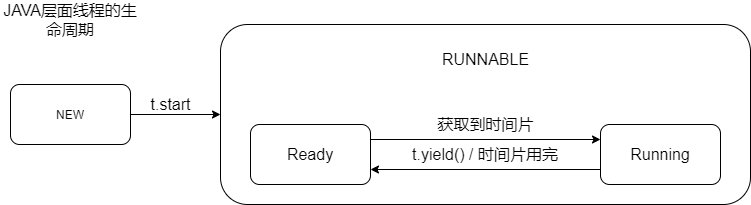
The draw.io diagram 多线程与高并发/java_thread.png in LePeitiPrince/note-picture, before a commit. Source tidied: cells renumbered, new cells last; positions are measured from the earlier drawing's top-left corner, leaving out a move shared by most shapes.
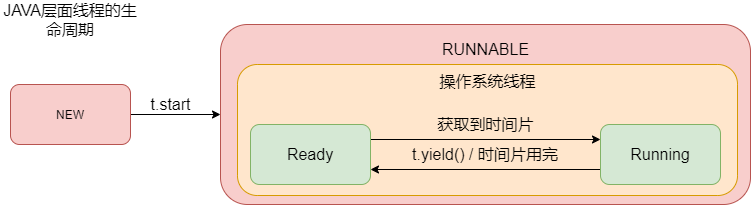
The same file after the commit.

Diff of the diagram source:
```diff
@@ -2,12 +2,15 @@
   <root>
     <mxCell id="0" />
     <mxCell id="1" parent="0" />
+    <mxCell id="6" style="rounded=1;whiteSpace=wrap;html=1;fontSize=16;fillColor=#f8cecc;strokeColor=#b85450;" parent="1" vertex="1">
+      <mxGeometry x="220" y="20" width="530" height="180" as="geometry" />
+    </mxCell>
     <mxCell id="2" style="edgeStyle=orthogonalEdgeStyle;rounded=0;jettySize=auto;html=1;exitX=1;exitY=0.5;exitDx=0;exitDy=0;fontSize=16;" parent="1" edge="1" source="3">
       <mxGeometry relative="1" as="geometry">
         <mxPoint x="220" y="110" as="targetPoint" />
       </mxGeometry>
     </mxCell>
-    <mxCell id="3" value="NEW" style="rounded=1;whiteSpace=wrap;html=1;" parent="1" vertex="1">
+    <mxCell id="3" value="NEW" style="rounded=1;whiteSpace=wrap;html=1;fillColor=#f8cecc;strokeColor=#b85450;" parent="1" vertex="1">
       <mxGeometry x="10" y="80" width="120" height="60" as="geometry" />
     </mxCell>
     <mxCell id="4" value="&lt;font style=&quot;font-size: 16px&quot;&gt;JAVA层面线程的生命周期&lt;/font&gt;" style="text;html=1;strokeColor=none;fillColor=none;align=center;verticalAlign=middle;whiteSpace=wrap;rounded=0;" parent="1" vertex="1">
@@ -16,23 +19,23 @@
     <mxCell id="5" value="t.start" style="text;html=1;align=center;verticalAlign=middle;strokeColor=none;fillColor=none;fontSize=16;" parent="1" vertex="1">
       <mxGeometry x="140" y="90" width="60" height="20" as="geometry" />
     </mxCell>
-    <mxCell id="6" style="rounded=1;whiteSpace=wrap;html=1;fontSize=16;" parent="1" vertex="1">
-      <mxGeometry x="220" y="20" width="530" height="180" as="geometry" />
-    </mxCell>
+    <mxCell id="14" style="rounded=1;whiteSpace=wrap;html=1;fontSize=16;fillColor=#ffe6cc;strokeColor=#d79b00;" parent="1" vertex="1">
+      <mxGeometry x="237" y="60" width="500" height="131" as="geometry" />
+    </mxCell>
     <mxCell id="7" style="edgeStyle=orthogonalEdgeStyle;rounded=0;jettySize=auto;html=1;exitX=1;exitY=0.25;exitDx=0;exitDy=0;entryX=0;entryY=0.25;entryDx=0;entryDy=0;fontSize=16;" parent="1" edge="1" source="8" target="10">
       <mxGeometry relative="1" as="geometry" />
     </mxCell>
-    <mxCell id="8" value="Ready" style="rounded=1;whiteSpace=wrap;html=1;fontSize=16;" parent="1" vertex="1">
+    <mxCell id="8" value="Ready" style="rounded=1;whiteSpace=wrap;html=1;fontSize=16;fillColor=#d5e8d4;strokeColor=#82b366;" parent="1" vertex="1">
       <mxGeometry x="250" y="120" width="120" height="60" as="geometry" />
     </mxCell>
     <mxCell id="9" style="edgeStyle=orthogonalEdgeStyle;rounded=0;jettySize=auto;html=1;exitX=0;exitY=0.75;exitDx=0;exitDy=0;entryX=1;entryY=0.75;entryDx=0;entryDy=0;fontSize=16;" parent="1" edge="1" source="10" target="8">
       <mxGeometry relative="1" as="geometry" />
     </mxCell>
-    <mxCell id="10" value="Running" style="rounded=1;whiteSpace=wrap;html=1;fontSize=16;" parent="1" vertex="1">
+    <mxCell id="10" value="Running" style="rounded=1;whiteSpace=wrap;html=1;fontSize=16;fillColor=#d5e8d4;strokeColor=#82b366;" parent="1" vertex="1">
       <mxGeometry x="600" y="120" width="120" height="60" as="geometry" />
     </mxCell>
     <mxCell id="11" value="RUNNABLE" style="text;html=1;strokeColor=none;fillColor=none;align=center;verticalAlign=middle;whiteSpace=wrap;rounded=0;fontSize=16;" parent="1" vertex="1">
-      <mxGeometry x="437.5" y="40" width="95" height="30" as="geometry" />
+      <mxGeometry x="437.5" y="30" width="95" height="30" as="geometry" />
     </mxCell>
     <mxCell id="12" value="t.yield() / 时间片用完" style="text;html=1;strokeColor=none;fillColor=none;align=center;verticalAlign=middle;whiteSpace=wrap;rounded=0;fontSize=16;" parent="1" vertex="1">
       <mxGeometry x="410" y="135" width="150" height="30" as="geometry" />
@@ -40,5 +43,8 @@
     <mxCell id="13" value="获取到时间片" style="text;html=1;strokeColor=none;fillColor=none;align=center;verticalAlign=middle;whiteSpace=wrap;rounded=0;fontSize=16;" parent="1" vertex="1">
       <mxGeometry x="432.5" y="105" width="105" height="30" as="geometry" />
     </mxCell>
+    <mxCell id="15" value="操作系统线程" style="text;html=1;strokeColor=none;fillColor=none;align=center;verticalAlign=middle;whiteSpace=wrap;rounded=0;fontSize=16;" parent="1" vertex="1">
+      <mxGeometry x="434.5" y="62" width="105" height="30" as="geometry" />
+    </mxCell>
   </root>
 </mxGraphModel>
```
